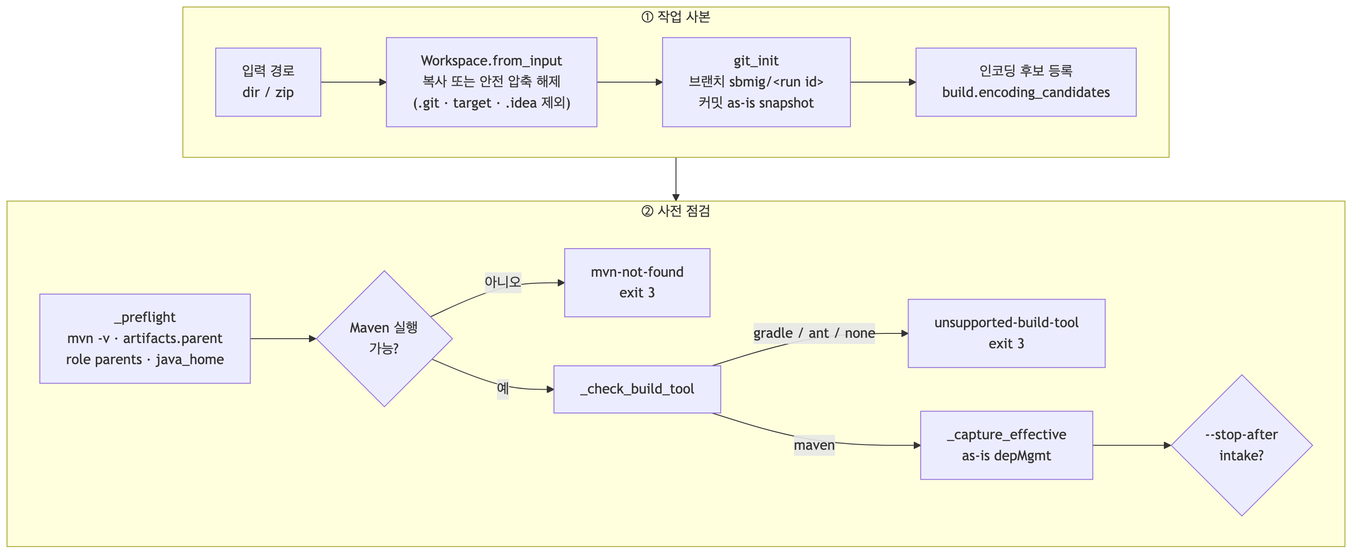
Earlier version of the Mermaid export docs/migration-agent/diagrams/node-intake.png (acandiatale/tutu). Its source is kept beside it as docs/migration-agent/diagrams/node-intake.mmd. Its diagram source:
```mermaid
flowchart TB
  subgraph a["① 작업 사본"]
    direction LR
    A["입력 경로<br/>dir / zip"] --> B["Workspace.from_input<br/>복사 또는 안전 압축 해제<br/>(.git · target · .idea 제외)"] --> C["git_init<br/>브랜치 sbmig/&lt;run id&gt;<br/>커밋 as-is snapshot"] --> D["인코딩 후보 등록<br/>build.encoding_candidates"]
  end
  subgraph b["② 사전 점검"]
    direction LR
    E["_preflight<br/>mvn -v · artifacts.parent<br/>role parents · java_home"] --> F{"Maven 실행<br/>가능?"}
    F -->|아니오| X1["mvn-not-found<br/>exit 3"]
    F -->|예| G["_check_build_tool"]
    G -->|"gradle / ant / none"| X2["unsupported-build-tool<br/>exit 3"]
    G -->|maven| H["_capture_effective<br/>as-is depMgmt"]
    H --> I{"--stop-after<br/>intake?"}
  end
  a --> b
```
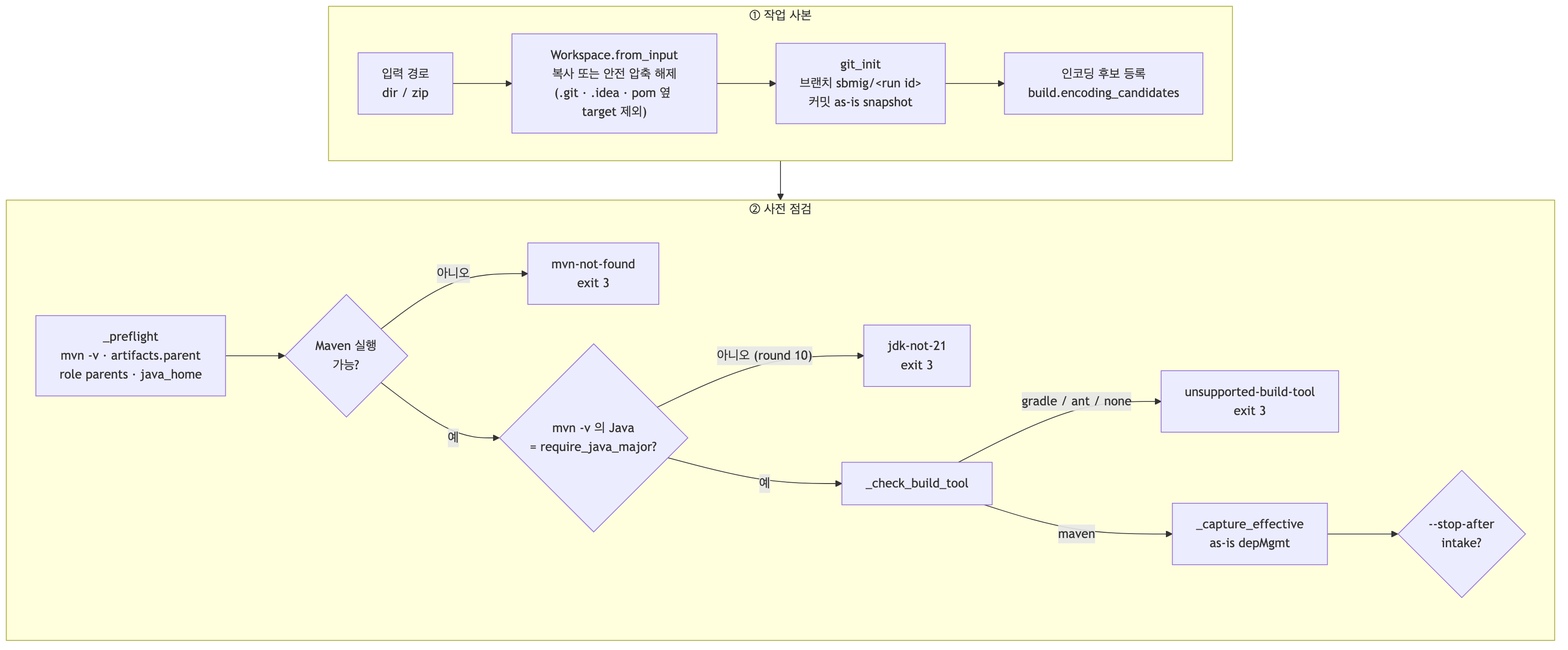
Above is the later version.

The edit, as a diff of the source:
```diff
@@ -1,13 +1,15 @@
 flowchart TB
   subgraph a["① 작업 사본"]
     direction LR
-    A["입력 경로<br/>dir / zip"] --> B["Workspace.from_input<br/>복사 또는 안전 압축 해제<br/>(.git · target · .idea 제외)"] --> C["git_init<br/>브랜치 sbmig/&lt;run id&gt;<br/>커밋 as-is snapshot"] --> D["인코딩 후보 등록<br/>build.encoding_candidates"]
+    A["입력 경로<br/>dir / zip"] --> B["Workspace.from_input<br/>복사 또는 안전 압축 해제<br/>(.git · .idea · pom 옆 target 제외)"] --> C["git_init<br/>브랜치 sbmig/&lt;run id&gt;<br/>커밋 as-is snapshot"] --> D["인코딩 후보 등록<br/>build.encoding_candidates"]
   end
   subgraph b["② 사전 점검"]
     direction LR
     E["_preflight<br/>mvn -v · artifacts.parent<br/>role parents · java_home"] --> F{"Maven 실행<br/>가능?"}
     F -->|아니오| X1["mvn-not-found<br/>exit 3"]
-    F -->|예| G["_check_build_tool"]
+    F -->|예| JV{"mvn -v 의 Java<br/>= require_java_major?"}
+    JV -->|"아니오 (round 10)"| X3["jdk-not-21<br/>exit 3"]
+    JV -->|예| G["_check_build_tool"]
     G -->|"gradle / ant / none"| X2["unsupported-build-tool<br/>exit 3"]
     G -->|maven| H["_capture_effective<br/>as-is depMgmt"]
     H --> I{"--stop-after<br/>intake?"}
```
